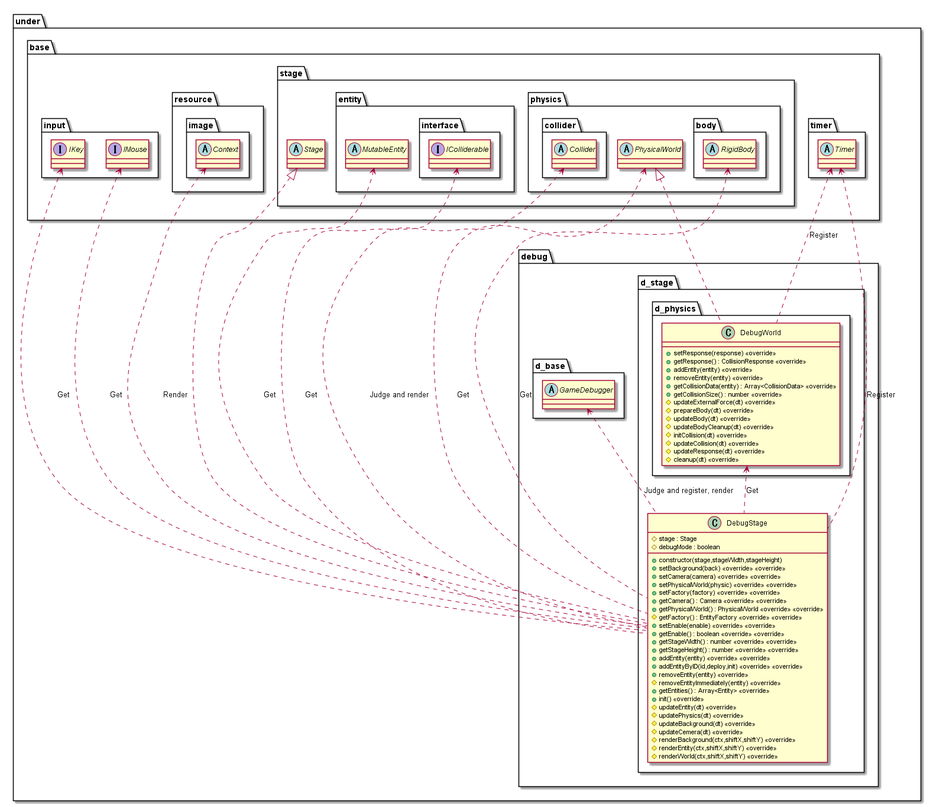
Expine/Under keeps this PlantUML diagram as out/uml/debug/Stage/DebugStage.png. Above is the earlier version.
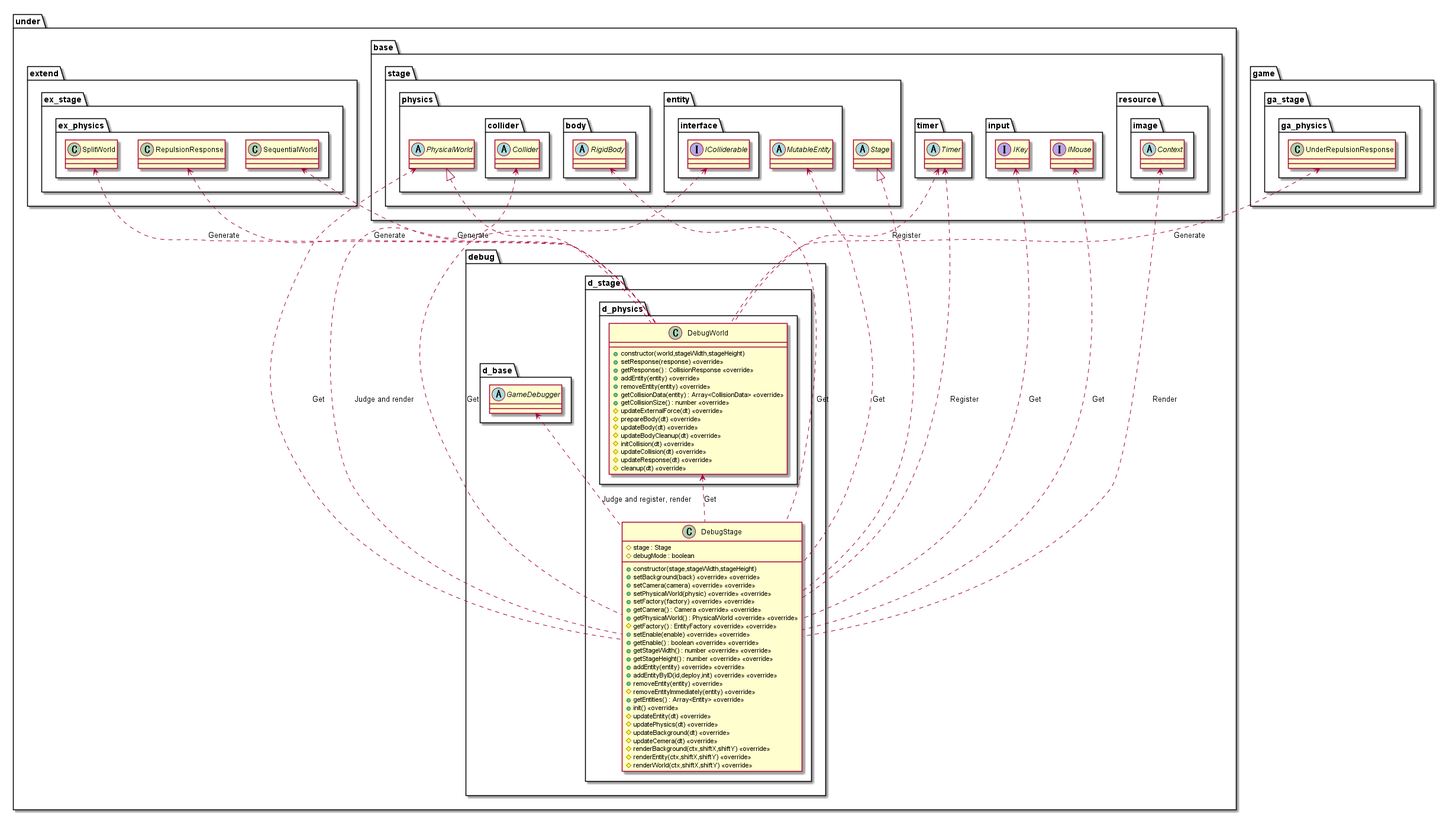
After the commit.

Diff of the diagram source:
```diff
@@ -34,6 +34,7 @@
             }
             package d_physics {
                 class DebugWorld {
+                    +constructor(world,stageWidth,stageHeight)
                     +setResponse(response) <<override>>
                     +getResponse() : CollisionResponse <<override>>
                     +addEntity(entity) <<override>>
@@ -92,6 +93,23 @@
             abstract GameDebugger
         }
     }
+    package extend {
+        package ex_stage {
+            package ex_physics {
+                class SequentialWorld
+                class SplitWorld
+                class RepulsionResponse
+            }
+        }
+    }
+}
+
+package game {
+    package ga_stage{
+        package ga_physics {
+            class UnderRepulsionResponse
+        }
+    }
 }
 
 Timer <... DebugStage : Register
@@ -107,6 +125,10 @@
 DebugWorld <.. DebugStage : Get
 
 Timer <.. DebugWorld : Register
+UnderRepulsionResponse <.. DebugWorld : Generate
+RepulsionResponse <.. DebugWorld : Generate
+SequentialWorld <.. DebugWorld : Generate
+SplitWorld <.. DebugWorld : Generate
 
 Stage <|.. DebugStage
 PhysicalWorld <|.. DebugWorld
```
